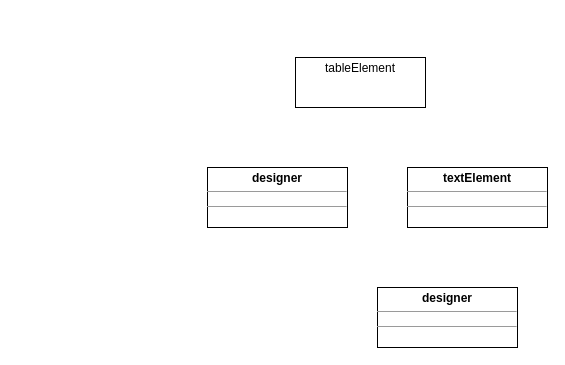
The draw.io diagram page "Page-2" (3 of 16) of teemodesigner.drawio in mashifei/uml, before the edit. Source tidied: cells renumbered, new cells numbered last; positions are measured from the earlier drawing's top-left corner, leaving out a move shared by most shapes. Both pictures are drawn from the tidied source at 100%, with x=0, y=0 at pixel (207, 57).
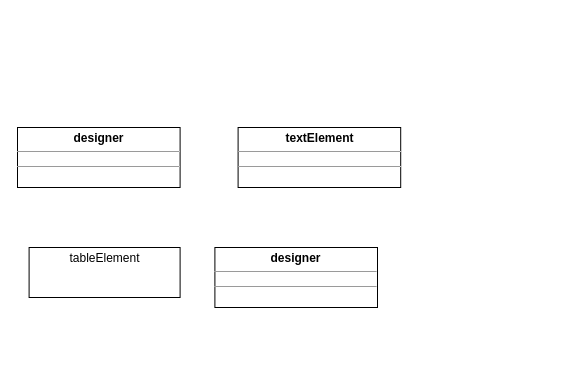
The same page after the edit.

Change to the diagram source:
```diff
@@
 <mxGraphModel>
   <root>
     <mxCell id="0" />
     <mxCell id="1" parent="0" />
-    <mxCell id="2" value="&lt;p style=&quot;margin: 0px ; margin-top: 4px ; text-align: center&quot;&gt;tableElement&lt;/p&gt;" style="verticalAlign=top;align=left;overflow=fill;fontSize=12;fontFamily=Helvetica;html=1;" parent="1" vertex="1">
-      <mxGeometry x="88" width="130" height="50" as="geometry" />
-    </mxCell>
+    <mxCell id="6" style="group;" parent="1" vertex="1">
+      <mxGeometry x="-155.2" y="-40" width="360" height="280" as="geometry" />
+    </mxCell>
-    <mxCell id="3" value="&lt;p style=&quot;margin: 0px ; margin-top: 4px ; text-align: center&quot;&gt;&lt;b&gt;textElement&lt;/b&gt;&lt;/p&gt;&lt;hr size=&quot;1&quot;&gt;&lt;div style=&quot;height: 2px&quot;&gt;&lt;/div&gt;&lt;hr size=&quot;1&quot;&gt;&lt;div style=&quot;height: 2px&quot;&gt;&lt;/div&gt;" style="verticalAlign=top;align=left;overflow=fill;fontSize=12;fontFamily=Helvetica;html=1;" parent="1" vertex="1">
-      <mxGeometry x="200" y="110" width="140" height="60" as="geometry" />
+    <mxCell id="3" value="&lt;p style=&quot;margin: 0px ; margin-top: 4px ; text-align: center&quot;&gt;&lt;b&gt;textElement&lt;/b&gt;&lt;/p&gt;&lt;hr size=&quot;1&quot;&gt;&lt;div style=&quot;height: 2px&quot;&gt;&lt;/div&gt;&lt;hr size=&quot;1&quot;&gt;&lt;div style=&quot;height: 2px&quot;&gt;&lt;/div&gt;" style="verticalAlign=top;align=left;overflow=fill;fontSize=12;fontFamily=Helvetica;html=1;" parent="6" vertex="1">
+      <mxGeometry x="185.8" y="110" width="162.6" height="60" as="geometry" />
     </mxCell>
+    <mxCell id="7" style="group;" parent="6" vertex="1">
+      <mxGeometry x="-34.8" y="110" width="360" height="180" as="geometry" />
+    </mxCell>
-    <mxCell id="4" value="&lt;p style=&quot;margin: 0px ; margin-top: 4px ; text-align: center&quot;&gt;&lt;b&gt;designer&lt;/b&gt;&lt;/p&gt;&lt;hr size=&quot;1&quot;&gt;&lt;div style=&quot;height: 2px&quot;&gt;&lt;/div&gt;&lt;hr size=&quot;1&quot;&gt;&lt;div style=&quot;height: 2px&quot;&gt;&lt;/div&gt;" style="verticalAlign=top;align=left;overflow=fill;fontSize=12;fontFamily=Helvetica;html=1;" parent="1" vertex="1">
-      <mxGeometry y="110" width="140" height="60" as="geometry" />
+    <mxCell id="4" value="&lt;p style=&quot;margin: 0px ; margin-top: 4px ; text-align: center&quot;&gt;&lt;b&gt;designer&lt;/b&gt;&lt;/p&gt;&lt;hr size=&quot;1&quot;&gt;&lt;div style=&quot;height: 2px&quot;&gt;&lt;/div&gt;&lt;hr size=&quot;1&quot;&gt;&lt;div style=&quot;height: 2px&quot;&gt;&lt;/div&gt;" style="verticalAlign=top;align=left;overflow=fill;fontSize=12;fontFamily=Helvetica;html=1;" parent="7" vertex="1">
+      <mxGeometry width="162.6" height="60" as="geometry" />
     </mxCell>
-    <mxCell id="5" value="&lt;p style=&quot;margin: 0px ; margin-top: 4px ; text-align: center&quot;&gt;&lt;b&gt;designer&lt;/b&gt;&lt;/p&gt;&lt;hr size=&quot;1&quot;&gt;&lt;div style=&quot;height: 2px&quot;&gt;&lt;/div&gt;&lt;hr size=&quot;1&quot;&gt;&lt;div style=&quot;height: 2px&quot;&gt;&lt;/div&gt;" style="verticalAlign=top;align=left;overflow=fill;fontSize=12;fontFamily=Helvetica;html=1;" parent="1" vertex="1">
-      <mxGeometry x="170" y="230" width="140" height="60" as="geometry" />
+    <mxCell id="5" value="&lt;p style=&quot;margin: 0px ; margin-top: 4px ; text-align: center&quot;&gt;&lt;b&gt;designer&lt;/b&gt;&lt;/p&gt;&lt;hr size=&quot;1&quot;&gt;&lt;div style=&quot;height: 2px&quot;&gt;&lt;/div&gt;&lt;hr size=&quot;1&quot;&gt;&lt;div style=&quot;height: 2px&quot;&gt;&lt;/div&gt;" style="verticalAlign=top;align=left;overflow=fill;fontSize=12;fontFamily=Helvetica;html=1;" parent="7" vertex="1">
+      <mxGeometry x="197.4" y="120" width="162.6" height="60" as="geometry" />
     </mxCell>
+    <mxCell id="2" value="&lt;p style=&quot;margin: 0px ; margin-top: 4px ; text-align: center&quot;&gt;tableElement&lt;/p&gt;" style="verticalAlign=top;align=left;overflow=fill;fontSize=12;fontFamily=Helvetica;html=1;" parent="7" vertex="1">
+      <mxGeometry x="11.6" y="120" width="151" height="50" as="geometry" />
+    </mxCell>
   </root>
 </mxGraphModel>
```
